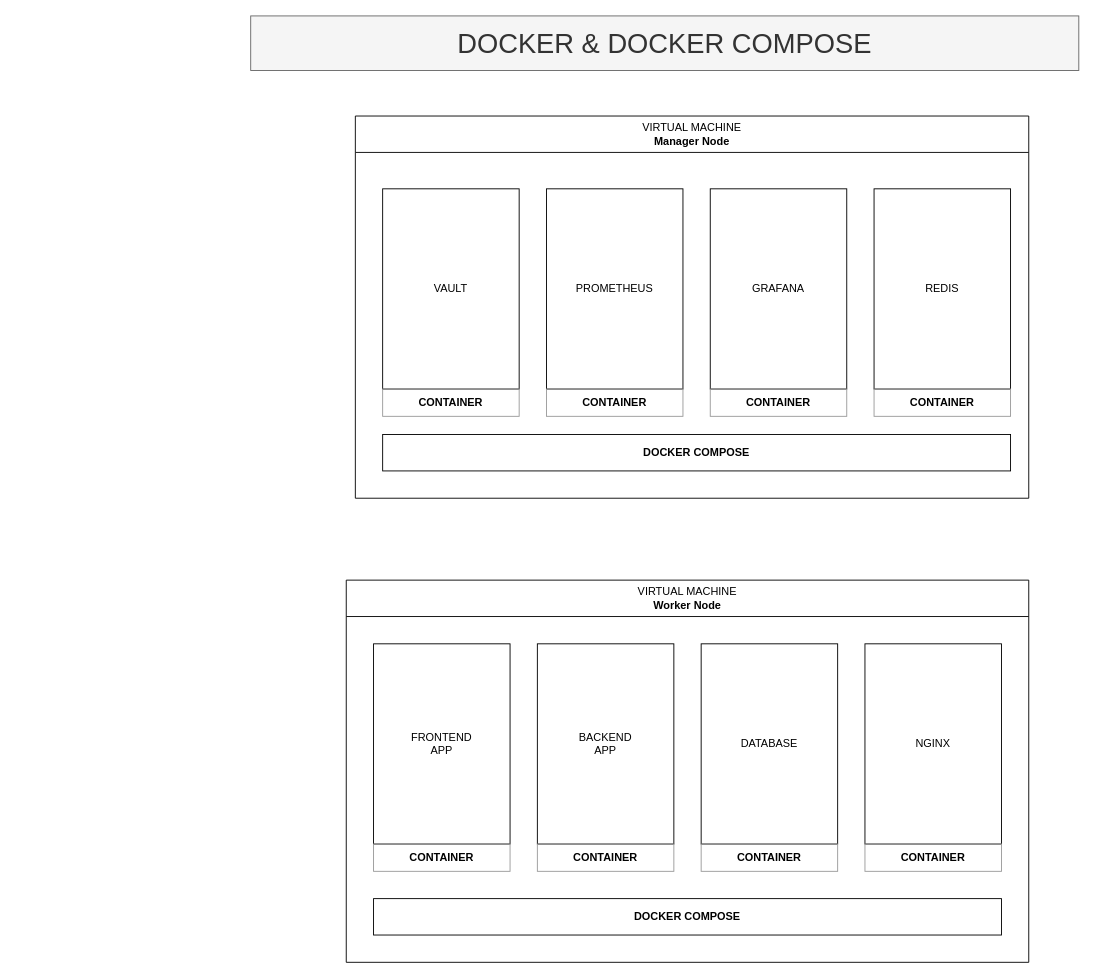
Before: page "docker & compose" (5 of 6) of devops/DevOps.drawio in kingsley-ijomah/draw.io, a draw.io diagram. Source tidied: cells renumbered, new cells numbered last; positions are measured from the earlier drawing's top-left corner, leaving out a move shared by most shapes. Both pictures are drawn from the tidied source at 91%, with x=0, y=0 at pixel (250, 15).
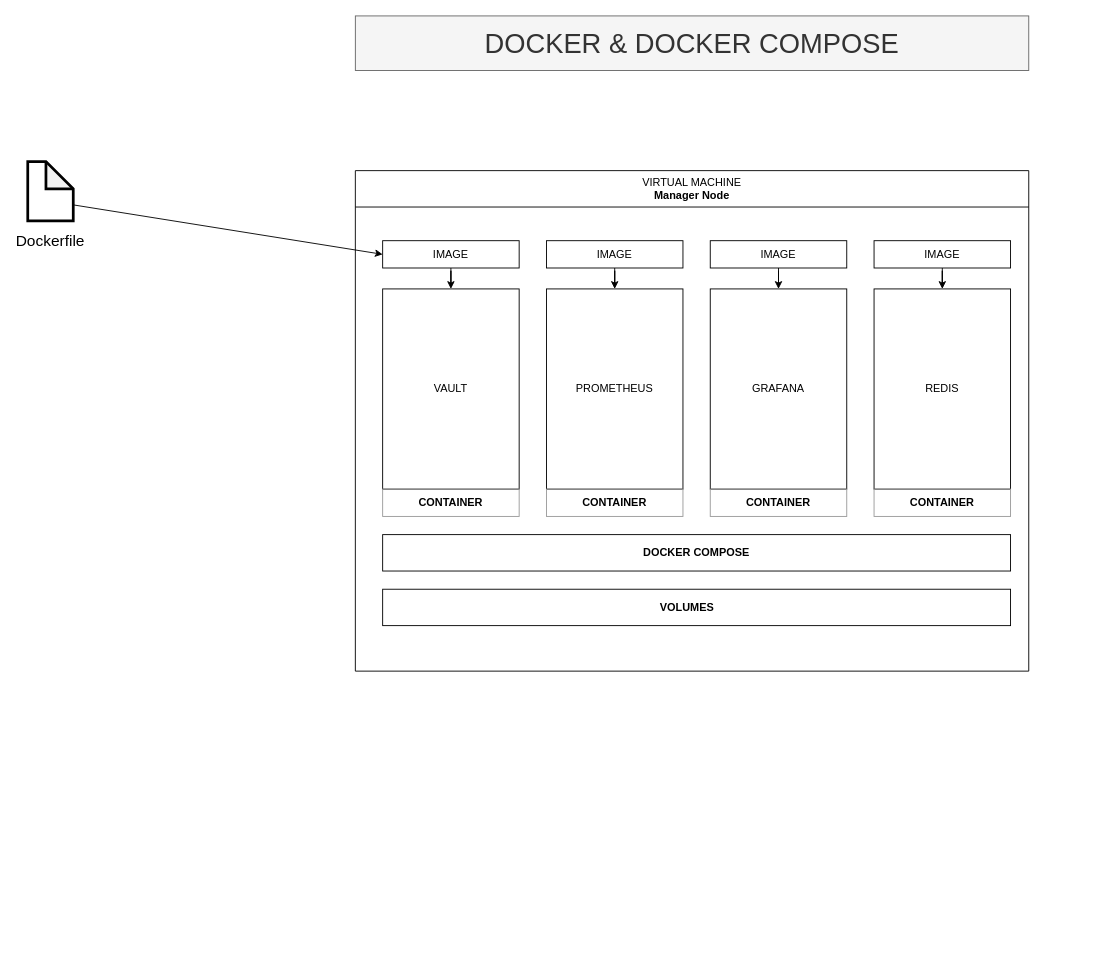
The same page after the edit.

Unchanged cells that the change refers to:
```xml
<mxCell id="18" value="VAULT" style="rounded=0;whiteSpace=wrap;html=1;" parent="17" vertex="1">
  <mxGeometry width="150" height="220" as="geometry" />
</mxCell>
<mxCell id="21" value="PROMETHEUS" style="rounded=0;whiteSpace=wrap;html=1;" parent="20" vertex="1">
  <mxGeometry width="150" height="220" as="geometry" />
</mxCell>
<mxCell id="24" value="GRAFANA" style="rounded=0;whiteSpace=wrap;html=1;" parent="23" vertex="1">
  <mxGeometry width="150" height="220" as="geometry" />
</mxCell>
<mxCell id="27" value="REDIS" style="rounded=0;whiteSpace=wrap;html=1;" parent="26" vertex="1">
  <mxGeometry width="150" height="220" as="geometry" />
</mxCell>
```

Change to the diagram source:
```diff
@@
-    <mxCell id="2" value="&lt;span style=&quot;font-weight: normal;&quot;&gt;VIRTUAL MACHINE&lt;/span&gt;&lt;br&gt;Worker Node" style="swimlane;whiteSpace=wrap;html=1;startSize=40;" parent="1" vertex="1">
-      <mxGeometry x="105" y="620" width="750" height="420" as="geometry" />
-    </mxCell>
-    <mxCell id="3" style="group;" parent="2" vertex="1">
-      <mxGeometry x="30" y="70" width="150" height="250" as="geometry" />
-    </mxCell>
-    <mxCell id="4" value="FRONTEND&lt;br&gt;APP" style="rounded=0;whiteSpace=wrap;html=1;" parent="3" vertex="1">
-      <mxGeometry width="150" height="220" as="geometry" />
-    </mxCell>
-    <mxCell id="5" value="&lt;b&gt;CONTAINER&lt;/b&gt;" style="text;html=1;strokeColor=#999999;fillColor=none;align=center;verticalAlign=middle;whiteSpace=wrap;rounded=0;" parent="3" vertex="1">
-      <mxGeometry y="220" width="150" height="30" as="geometry" />
-    </mxCell>
-    <mxCell id="6" style="group;" parent="2" vertex="1">
-      <mxGeometry x="210" y="70" width="150" height="250" as="geometry" />
-    </mxCell>
-    <mxCell id="7" value="BACKEND&lt;br&gt;APP" style="rounded=0;whiteSpace=wrap;html=1;" parent="6" vertex="1">
-      <mxGeometry width="150" height="220" as="geometry" />
-    </mxCell>
-    <mxCell id="8" value="&lt;b&gt;CONTAINER&lt;/b&gt;" style="text;html=1;strokeColor=#999999;fillColor=none;align=center;verticalAlign=middle;whiteSpace=wrap;rounded=0;" parent="6" vertex="1">
-      <mxGeometry y="220" width="150" height="30" as="geometry" />
-    </mxCell>
-    <mxCell id="9" style="group;" parent="2" vertex="1">
-      <mxGeometry x="570" y="70" width="150" height="250" as="geometry" />
-    </mxCell>
-    <mxCell id="10" value="NGINX" style="rounded=0;whiteSpace=wrap;html=1;" parent="9" vertex="1">
-      <mxGeometry width="150" height="220" as="geometry" />
-    </mxCell>
-    <mxCell id="11" value="&lt;b&gt;CONTAINER&lt;/b&gt;" style="text;html=1;strokeColor=#999999;fillColor=none;align=center;verticalAlign=middle;whiteSpace=wrap;rounded=0;" parent="9" vertex="1">
-      <mxGeometry y="220" width="150" height="30" as="geometry" />
-    </mxCell>
-    <mxCell id="12" style="group;" parent="2" vertex="1">
-      <mxGeometry x="390" y="70" width="150" height="250" as="geometry" />
-    </mxCell>
-    <mxCell id="13" value="DATABASE" style="rounded=0;whiteSpace=wrap;html=1;" parent="12" vertex="1">
-      <mxGeometry width="150" height="220" as="geometry" />
-    </mxCell>
-    <mxCell id="14" value="&lt;b&gt;CONTAINER&lt;/b&gt;" style="text;html=1;strokeColor=#999999;fillColor=none;align=center;verticalAlign=middle;whiteSpace=wrap;rounded=0;" parent="12" vertex="1">
-      <mxGeometry y="220" width="150" height="30" as="geometry" />
-    </mxCell>
-    <mxCell id="15" value="&lt;b&gt;DOCKER COMPOSE&lt;/b&gt;" style="rounded=0;whiteSpace=wrap;html=1;" parent="2" vertex="1">
-      <mxGeometry x="30" y="350" width="690" height="40" as="geometry" />
-    </mxCell>
     <mxCell id="16" value="&lt;span style=&quot;font-weight: normal;&quot;&gt;VIRTUAL MACHINE&lt;/span&gt;&lt;br&gt;Manager Node" style="swimlane;whiteSpace=wrap;html=1;startSize=40;" parent="1" vertex="1">
-      <mxGeometry x="115" y="110" width="740" height="420" as="geometry" />
+      <mxGeometry x="115" y="170" width="740" height="550" as="geometry" />
     </mxCell>
     <mxCell id="17" style="group;" parent="16" vertex="1">
-      <mxGeometry x="30" y="80" width="150" height="250" as="geometry" />
+      <mxGeometry x="30" y="130" width="150" height="250" as="geometry" />
     </mxCell>
@@
     <mxCell id="20" style="group;" parent="16" vertex="1">
-      <mxGeometry x="210" y="80" width="150" height="250" as="geometry" />
+      <mxGeometry x="210" y="130" width="150" height="250" as="geometry" />
     </mxCell>
@@
     <mxCell id="23" style="group;" parent="16" vertex="1">
-      <mxGeometry x="390" y="80" width="150" height="250" as="geometry" />
+      <mxGeometry x="390" y="130" width="150" height="250" as="geometry" />
     </mxCell>
@@
     <mxCell id="26" style="group;" parent="16" vertex="1">
-      <mxGeometry x="570" y="80" width="150" height="250" as="geometry" />
+      <mxGeometry x="570" y="130" width="150" height="250" as="geometry" />
     </mxCell>
@@
     <mxCell id="29" value="&lt;b&gt;DOCKER COMPOSE&lt;/b&gt;" style="rounded=0;whiteSpace=wrap;html=1;" parent="16" vertex="1">
-      <mxGeometry x="30" y="350" width="690" height="40" as="geometry" />
+      <mxGeometry x="30" y="400" width="690" height="40" as="geometry" />
     </mxCell>
+    <mxCell id="31" style="edgeStyle=orthogonalEdgeStyle;rounded=0;jettySize=auto;html=1;entryX=0.5;entryY=0;entryDx=0;entryDy=0;" parent="16" edge="1" source="32" target="18">
+      <mxGeometry relative="1" as="geometry" />
+    </mxCell>
+    <mxCell id="32" value="IMAGE" style="rounded=0;whiteSpace=wrap;html=1;" parent="16" vertex="1">
+      <mxGeometry x="30" y="77" width="150" height="30" as="geometry" />
+    </mxCell>
+    <mxCell id="33" style="edgeStyle=orthogonalEdgeStyle;rounded=0;jettySize=auto;html=1;entryX=0.5;entryY=0;entryDx=0;entryDy=0;" parent="16" edge="1" source="34" target="21">
+      <mxGeometry relative="1" as="geometry" />
+    </mxCell>
+    <mxCell id="34" value="IMAGE" style="rounded=0;whiteSpace=wrap;html=1;" parent="16" vertex="1">
+      <mxGeometry x="210" y="77" width="150" height="30" as="geometry" />
+    </mxCell>
+    <mxCell id="35" style="edgeStyle=orthogonalEdgeStyle;rounded=0;jettySize=auto;html=1;entryX=0.5;entryY=0;entryDx=0;entryDy=0;" parent="16" edge="1" source="36" target="24">
+      <mxGeometry relative="1" as="geometry" />
+    </mxCell>
+    <mxCell id="36" value="IMAGE" style="rounded=0;whiteSpace=wrap;html=1;" parent="16" vertex="1">
+      <mxGeometry x="390" y="77" width="150" height="30" as="geometry" />
+    </mxCell>
+    <mxCell id="37" style="edgeStyle=orthogonalEdgeStyle;rounded=0;jettySize=auto;html=1;entryX=0.5;entryY=0;entryDx=0;entryDy=0;" parent="16" edge="1" source="38" target="27">
+      <mxGeometry relative="1" as="geometry" />
+    </mxCell>
+    <mxCell id="38" value="IMAGE" style="rounded=0;whiteSpace=wrap;html=1;" parent="16" vertex="1">
+      <mxGeometry x="570" y="77" width="150" height="30" as="geometry" />
+    </mxCell>
+    <mxCell id="39" value="&lt;b&gt;VOLUMES&lt;span style=&quot;white-space: pre;&quot;&gt;&#9;&lt;/span&gt;&lt;/b&gt;" style="rounded=0;whiteSpace=wrap;html=1;" parent="16" vertex="1">
+      <mxGeometry x="30" y="460" width="690" height="40" as="geometry" />
+    </mxCell>
     <mxCell id="30" value="&lt;font style=&quot;font-size: 30px;&quot;&gt;DOCKER &amp;amp; DOCKER COMPOSE&lt;/font&gt;" style="rounded=0;whiteSpace=wrap;html=1;fillColor=#f5f5f5;fontColor=#333333;strokeColor=#666666;" parent="1" vertex="1">
-      <mxGeometry width="910" height="60" as="geometry" />
+      <mxGeometry x="115" width="740" height="60" as="geometry" />
     </mxCell>
+    <mxCell id="40" style="group;" parent="1" vertex="1">
+      <mxGeometry x="-245" y="160" width="50" height="100" as="geometry" />
+    </mxCell>
+    <mxCell id="41" style="shape=note;whiteSpace=wrap;html=1;backgroundOutline=1;darkOpacity=0.05;strokeWidth=3;" parent="40" vertex="1">
+      <mxGeometry width="50" height="65.3" as="geometry" />
+    </mxCell>
+    <mxCell id="42" value="&lt;span style=&quot;font-size: 17px;&quot;&gt;Dockerfile&lt;/span&gt;" style="text;html=1;strokeColor=none;fillColor=none;align=center;verticalAlign=middle;whiteSpace=wrap;rounded=0;fontSize=17;" parent="40" vertex="1">
+      <mxGeometry y="75.5" width="50" height="24.5" as="geometry" />
+    </mxCell>
+    <mxCell id="43" style="endArrow=classic;html=1;rounded=0;exitX=0;exitY=0;exitDx=50;exitDy=47.6530612244898;exitPerimeter=0;entryX=0;entryY=0.5;entryDx=0;entryDy=0;" parent="1" edge="1" source="41" target="32">
+      <mxGeometry relative="1" as="geometry" />
+    </mxCell>
```
